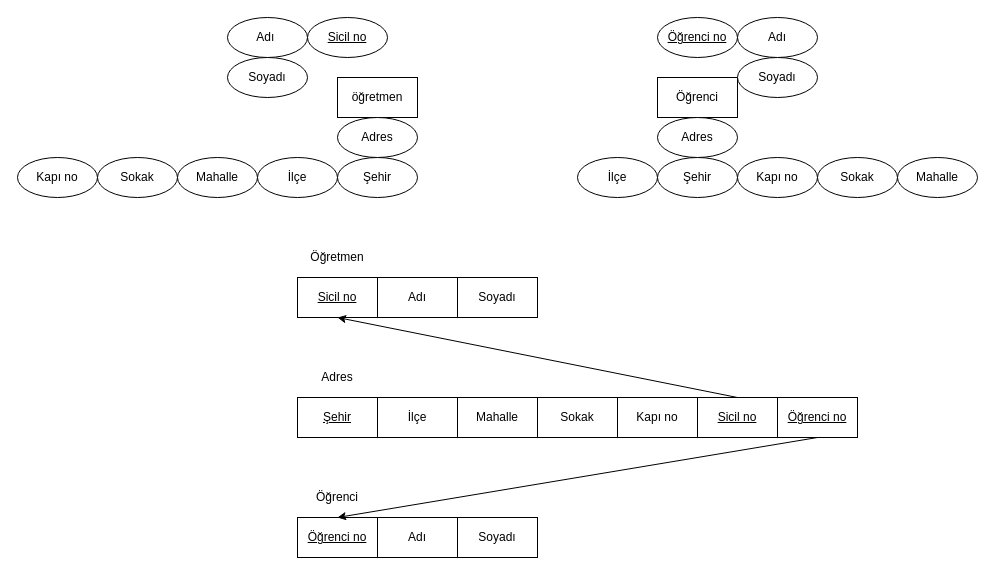
Earlier version of the draw.io diagram ogrenci_bilgi_sistemi.drawio (semihhdemirel/semihhdemirel). Source tidied: cells renumbered, new cells numbered last; positions are measured from the earlier drawing's top-left corner, leaving out a move shared by most shapes. Both pictures are drawn from the tidied source at 100%, with x=0, y=0 at pixel (17, 17).
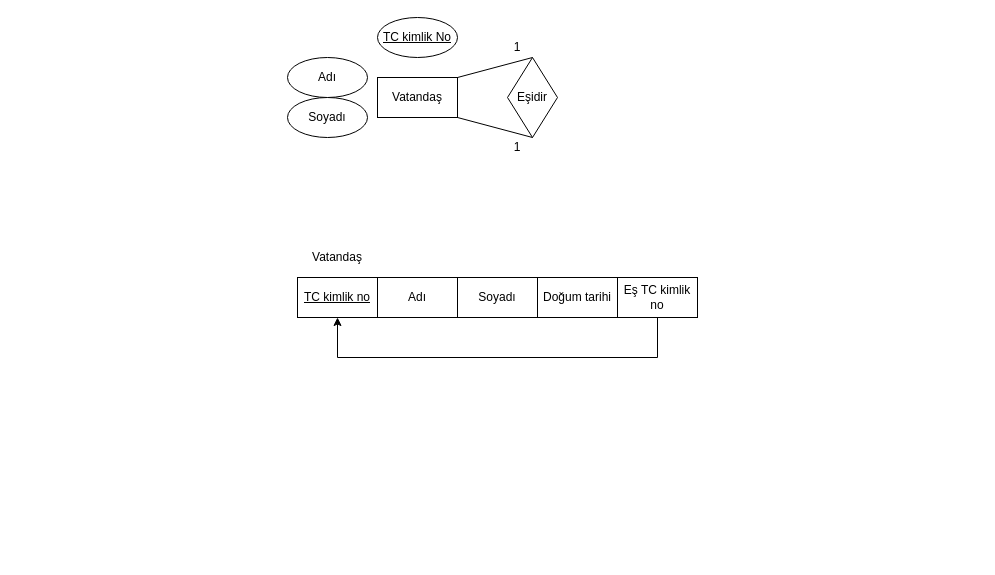
Above is the later version.

Diff of the diagram source:
```diff
@@
-    <mxCell id="2" value="öğretmen" style="rounded=0;whiteSpace=wrap;html=1;" parent="1" vertex="1">
-      <mxGeometry x="320" y="60" width="80" height="40" as="geometry" />
-    </mxCell>
-    <mxCell id="3" value="Öğrenci" style="rounded=0;whiteSpace=wrap;html=1;" parent="1" vertex="1">
-      <mxGeometry x="640" y="60" width="80" height="40" as="geometry" />
+    <mxCell id="3" value="Vatandaş" style="rounded=0;whiteSpace=wrap;html=1;" parent="1" vertex="1">
+      <mxGeometry x="360" y="60" width="80" height="40" as="geometry" />
     </mxCell>
-    <mxCell id="4" value="&lt;u&gt;Öğrenci no&lt;/u&gt;" style="ellipse;whiteSpace=wrap;html=1;" parent="1" vertex="1">
-      <mxGeometry x="640" width="80" height="40" as="geometry" />
+    <mxCell id="4" value="&lt;u&gt;TC kimlik No&lt;/u&gt;" style="ellipse;whiteSpace=wrap;html=1;" parent="1" vertex="1">
+      <mxGeometry x="360" width="80" height="40" as="geometry" />
     </mxCell>
-    <mxCell id="5" value="&lt;u&gt;Sicil no&lt;/u&gt;" style="ellipse;whiteSpace=wrap;html=1;" parent="1" vertex="1">
-      <mxGeometry x="290" width="80" height="40" as="geometry" />
-    </mxCell>
-    <mxCell id="6" value="Soyadı" style="ellipse;whiteSpace=wrap;html=1;" parent="1" vertex="1">
-      <mxGeometry x="210" y="40" width="80" height="40" as="geometry" />
-    </mxCell>
-    <mxCell id="7" value="Adı&amp;nbsp;" style="ellipse;whiteSpace=wrap;html=1;" parent="1" vertex="1">
-      <mxGeometry x="210" width="80" height="40" as="geometry" />
-    </mxCell>
-    <mxCell id="8" value="Öğretmen" style="text;html=1;align=center;verticalAlign=middle;whiteSpace=wrap;rounded=0;" parent="1" vertex="1">
+    <mxCell id="8" value="Vatandaş" style="text;html=1;align=center;verticalAlign=middle;whiteSpace=wrap;rounded=0;" parent="1" vertex="1">
       <mxGeometry x="280" y="220" width="80" height="40" as="geometry" />
     </mxCell>
-    <mxCell id="9" value="&lt;u&gt;Sicil no&lt;/u&gt;" style="rounded=0;whiteSpace=wrap;html=1;" parent="1" vertex="1">
+    <mxCell id="9" value="&lt;u&gt;TC kimlik no&lt;/u&gt;" style="rounded=0;whiteSpace=wrap;html=1;" parent="1" vertex="1">
       <mxGeometry x="280" y="260" width="80" height="40" as="geometry" />
     </mxCell>
@@
-    <mxCell id="11" value="Öğrenci" style="text;html=1;align=center;verticalAlign=middle;whiteSpace=wrap;rounded=0;" parent="1" vertex="1">
-      <mxGeometry x="280" y="460" width="80" height="40" as="geometry" />
-    </mxCell>
-    <mxCell id="12" value="&lt;u&gt;Öğrenci no&lt;/u&gt;" style="rounded=0;whiteSpace=wrap;html=1;" parent="1" vertex="1">
-      <mxGeometry x="280" y="500" width="80" height="40" as="geometry" />
-    </mxCell>
-    <mxCell id="13" value="Adı" style="rounded=0;whiteSpace=wrap;html=1;" parent="1" vertex="1">
-      <mxGeometry x="360" y="500" width="80" height="40" as="geometry" />
-    </mxCell>
-    <mxCell id="14" value="Soyadı" style="rounded=0;whiteSpace=wrap;html=1;" parent="1" vertex="1">
-      <mxGeometry x="440" y="500" width="80" height="40" as="geometry" />
-    </mxCell>
     <mxCell id="15" value="Adı" style="ellipse;whiteSpace=wrap;html=1;" parent="1" vertex="1">
-      <mxGeometry x="720" width="80" height="40" as="geometry" />
+      <mxGeometry x="270" y="40" width="80" height="40" as="geometry" />
     </mxCell>
@@
     <mxCell id="17" value="Soyadı" style="ellipse;whiteSpace=wrap;html=1;" parent="1" vertex="1">
-      <mxGeometry x="720" y="40" width="80" height="40" as="geometry" />
+      <mxGeometry x="270" y="80" width="80" height="40" as="geometry" />
     </mxCell>
-    <mxCell id="18" value="Adres" style="ellipse;whiteSpace=wrap;html=1;" parent="1" vertex="1">
-      <mxGeometry x="320" y="100" width="80" height="40" as="geometry" />
-    </mxCell>
-    <mxCell id="19" value="Mahalle" style="ellipse;whiteSpace=wrap;html=1;" parent="1" vertex="1">
-      <mxGeometry x="160" y="140" width="80" height="40" as="geometry" />
-    </mxCell>
-    <mxCell id="20" value="İlçe" style="ellipse;whiteSpace=wrap;html=1;" parent="1" vertex="1">
-      <mxGeometry x="240" y="140" width="80" height="40" as="geometry" />
-    </mxCell>
-    <mxCell id="21" value="Şehir" style="ellipse;whiteSpace=wrap;html=1;" parent="1" vertex="1">
-      <mxGeometry x="320" y="140" width="80" height="40" as="geometry" />
-    </mxCell>
-    <mxCell id="22" value="Sokak" style="ellipse;whiteSpace=wrap;html=1;" parent="1" vertex="1">
-      <mxGeometry x="80" y="140" width="80" height="40" as="geometry" />
-    </mxCell>
-    <mxCell id="23" value="Kapı no" style="ellipse;whiteSpace=wrap;html=1;" parent="1" vertex="1">
-      <mxGeometry y="140" width="80" height="40" as="geometry" />
-    </mxCell>
-    <mxCell id="24" value="Adres" style="ellipse;whiteSpace=wrap;html=1;" parent="1" vertex="1">
-      <mxGeometry x="640" y="100" width="80" height="40" as="geometry" />
-    </mxCell>
-    <mxCell id="25" value="Mahalle" style="ellipse;whiteSpace=wrap;html=1;" parent="1" vertex="1">
-      <mxGeometry x="880" y="140" width="80" height="40" as="geometry" />
-    </mxCell>
-    <mxCell id="26" value="İlçe" style="ellipse;whiteSpace=wrap;html=1;" parent="1" vertex="1">
-      <mxGeometry x="560" y="140" width="80" height="40" as="geometry" />
-    </mxCell>
-    <mxCell id="27" value="Şehir" style="ellipse;whiteSpace=wrap;html=1;" parent="1" vertex="1">
-      <mxGeometry x="640" y="140" width="80" height="40" as="geometry" />
-    </mxCell>
-    <mxCell id="28" value="Sokak" style="ellipse;whiteSpace=wrap;html=1;" parent="1" vertex="1">
-      <mxGeometry x="800" y="140" width="80" height="40" as="geometry" />
-    </mxCell>
-    <mxCell id="29" value="Kapı no" style="ellipse;whiteSpace=wrap;html=1;" parent="1" vertex="1">
-      <mxGeometry x="720" y="140" width="80" height="40" as="geometry" />
-    </mxCell>
-    <mxCell id="30" value="Adres" style="text;html=1;align=center;verticalAlign=middle;whiteSpace=wrap;rounded=0;" parent="1" vertex="1">
-      <mxGeometry x="280" y="340" width="80" height="40" as="geometry" />
-    </mxCell>
-    <mxCell id="31" value="&lt;u&gt;Şehir&lt;/u&gt;" style="rounded=0;whiteSpace=wrap;html=1;" parent="1" vertex="1">
-      <mxGeometry x="280" y="380" width="80" height="40" as="geometry" />
-    </mxCell>
-    <mxCell id="32" value="İlçe" style="rounded=0;whiteSpace=wrap;html=1;" parent="1" vertex="1">
-      <mxGeometry x="360" y="380" width="80" height="40" as="geometry" />
-    </mxCell>
-    <mxCell id="33" value="Mahalle" style="rounded=0;whiteSpace=wrap;html=1;" parent="1" vertex="1">
-      <mxGeometry x="440" y="380" width="80" height="40" as="geometry" />
-    </mxCell>
-    <mxCell id="34" value="Sokak" style="rounded=0;whiteSpace=wrap;html=1;" parent="1" vertex="1">
-      <mxGeometry x="520" y="380" width="80" height="40" as="geometry" />
-    </mxCell>
-    <mxCell id="35" value="Kapı no" style="rounded=0;whiteSpace=wrap;html=1;" parent="1" vertex="1">
-      <mxGeometry x="600" y="380" width="80" height="40" as="geometry" />
-    </mxCell>
-    <mxCell id="36" value="&lt;u&gt;Sicil no&lt;/u&gt;" style="rounded=0;whiteSpace=wrap;html=1;" parent="1" vertex="1">
-      <mxGeometry x="680" y="380" width="80" height="40" as="geometry" />
-    </mxCell>
-    <mxCell id="37" value="&lt;u&gt;Öğrenci no&lt;/u&gt;" style="rounded=0;whiteSpace=wrap;html=1;" parent="1" vertex="1">
-      <mxGeometry x="760" y="380" width="80" height="40" as="geometry" />
-    </mxCell>
-    <mxCell id="38" style="endArrow=classic;html=1;rounded=0;entryX=0.5;entryY=1;entryDx=0;entryDy=0;" parent="1" edge="1" target="9">
-      <mxGeometry relative="1" as="geometry">
-        <mxPoint x="720" y="380" as="sourcePoint" />
-      </mxGeometry>
-    </mxCell>
-    <mxCell id="39" style="endArrow=classic;html=1;rounded=0;entryX=0.5;entryY=0;entryDx=0;entryDy=0;" parent="1" edge="1" target="12">
-      <mxGeometry relative="1" as="geometry">
-        <mxPoint x="800" y="420" as="sourcePoint" />
-      </mxGeometry>
-    </mxCell>
+    <mxCell id="40" value="Eşidir" style="rhombus;whiteSpace=wrap;html=1;" parent="1" vertex="1">
+      <mxGeometry x="490" y="40" width="50" height="80" as="geometry" />
+    </mxCell>
+    <mxCell id="41" style="endArrow=none;html=1;rounded=0;entryX=0.5;entryY=0;entryDx=0;entryDy=0;" parent="1" edge="1" target="40">
+      <mxGeometry relative="1" as="geometry">
+        <mxPoint x="440" y="60" as="sourcePoint" />
+      </mxGeometry>
+    </mxCell>
+    <mxCell id="42" style="endArrow=none;html=1;rounded=0;entryX=0.5;entryY=1;entryDx=0;entryDy=0;" parent="1" edge="1" target="40">
+      <mxGeometry relative="1" as="geometry">
+        <mxPoint x="440" y="100" as="sourcePoint" />
+      </mxGeometry>
+    </mxCell>
+    <mxCell id="43" value="1" style="text;html=1;align=center;verticalAlign=middle;whiteSpace=wrap;rounded=0;" parent="1" vertex="1">
+      <mxGeometry x="490" y="20" width="20" height="20" as="geometry" />
+    </mxCell>
+    <mxCell id="44" value="1" style="text;html=1;align=center;verticalAlign=middle;whiteSpace=wrap;rounded=0;" parent="1" vertex="1">
+      <mxGeometry x="490" y="120" width="20" height="20" as="geometry" />
+    </mxCell>
+    <mxCell id="45" value="Doğum tarihi" style="rounded=0;whiteSpace=wrap;html=1;" parent="1" vertex="1">
+      <mxGeometry x="520" y="260" width="80" height="40" as="geometry" />
+    </mxCell>
+    <mxCell id="46" value="Eş TC kimlik no" style="rounded=0;whiteSpace=wrap;html=1;" parent="1" vertex="1">
+      <mxGeometry x="600" y="260" width="80" height="40" as="geometry" />
+    </mxCell>
+    <mxCell id="47" style="endArrow=none;html=1;rounded=0;" parent="1" edge="1">
+      <mxGeometry relative="1" as="geometry">
+        <mxPoint x="640" y="340" as="sourcePoint" />
+        <mxPoint x="640" y="300" as="targetPoint" />
+      </mxGeometry>
+    </mxCell>
+    <mxCell id="48" style="endArrow=none;html=1;rounded=0;" parent="1" edge="1">
+      <mxGeometry relative="1" as="geometry">
+        <mxPoint x="320" y="340" as="sourcePoint" />
+        <mxPoint x="640" y="340" as="targetPoint" />
+      </mxGeometry>
+    </mxCell>
+    <mxCell id="49" style="endArrow=classic;html=1;rounded=0;entryX=0.5;entryY=1;entryDx=0;entryDy=0;" parent="1" edge="1" target="9">
+      <mxGeometry relative="1" as="geometry">
+        <mxPoint x="320" y="340" as="sourcePoint" />
+      </mxGeometry>
+    </mxCell>
```
